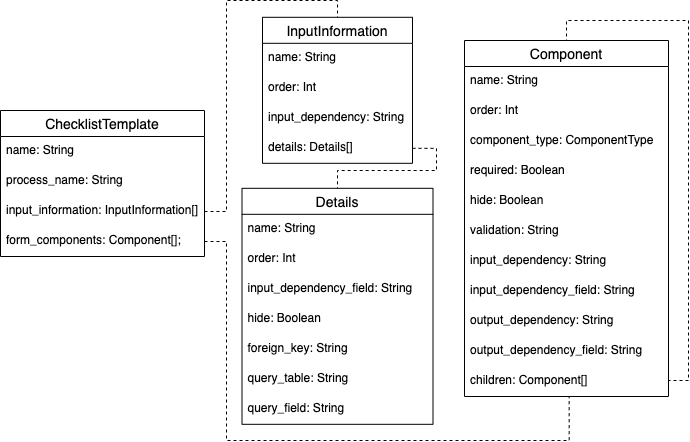
Above: overleaf/images/data_models.png in wchr-aun/resource-based-checklist-generation (draw.io), before the change. Source tidied: cells renumbered, new cells last; positions are measured from the earlier drawing's top-left corner, leaving out a move shared by most shapes.
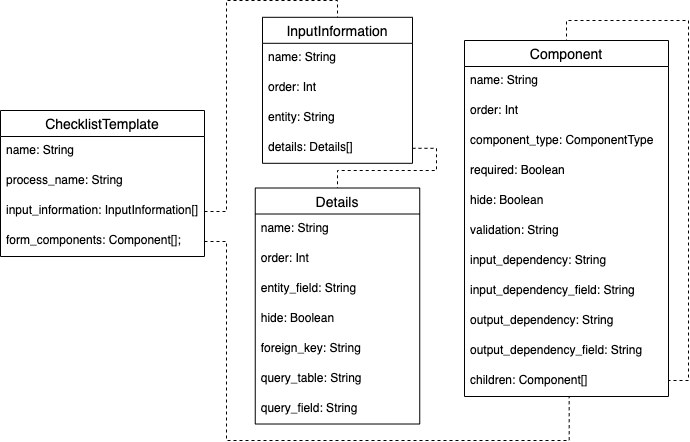
After the change.

The edit, as a diff of the source:
```diff
@@ -26,7 +26,7 @@
     <mxCell id="9" value="order: Int" style="text;spacingLeft=4;spacingRight=4;overflow=hidden;fontSize=12;rounded=0;" parent="7" vertex="1">
       <mxGeometry y="56" width="150" height="30" as="geometry" />
     </mxCell>
-    <mxCell id="10" value="input_dependency: String" style="text;spacingLeft=4;spacingRight=4;overflow=hidden;fontSize=12;rounded=0;" parent="7" vertex="1">
+    <mxCell id="10" value="entity: String" style="text;spacingLeft=4;spacingRight=4;overflow=hidden;fontSize=12;rounded=0;" parent="7" vertex="1">
       <mxGeometry y="86" width="150" height="30" as="geometry" />
     </mxCell>
     <mxCell id="11" value="details: Details[]" style="text;spacingLeft=4;spacingRight=4;overflow=hidden;points=[[0,0.5],[1,0.5]];portConstraint=eastwest;fontSize=12;rounded=0;" parent="7" vertex="1">
@@ -79,28 +79,28 @@
       <mxGeometry y="326" width="204" height="30" as="geometry" />
     </mxCell>
     <mxCell id="25" value="Details" style="swimlane;fontStyle=0;horizontal=1;startSize=26;align=center;fontSize=14;rounded=0;strokeWidth=1;" parent="1" vertex="1">
-      <mxGeometry x="241.5" y="187.8" width="191" height="236" as="geometry" />
+      <mxGeometry x="254.8" y="187.5" width="164.5" height="236" as="geometry" />
     </mxCell>
     <mxCell id="26" value="name: String" style="text;spacingLeft=4;spacingRight=4;overflow=hidden;fontSize=12;rounded=0;" parent="25" vertex="1">
-      <mxGeometry y="26" width="191" height="30" as="geometry" />
+      <mxGeometry y="26" width="164.5" height="30" as="geometry" />
     </mxCell>
     <mxCell id="27" value="order: Int" style="text;spacingLeft=4;spacingRight=4;overflow=hidden;fontSize=12;rounded=0;" parent="25" vertex="1">
-      <mxGeometry y="56" width="191" height="30" as="geometry" />
+      <mxGeometry y="56" width="164.5" height="30" as="geometry" />
     </mxCell>
-    <mxCell id="28" value="input_dependency_field: String" style="text;spacingLeft=4;spacingRight=4;overflow=hidden;fontSize=12;rounded=0;" parent="25" vertex="1">
-      <mxGeometry y="86" width="191" height="30" as="geometry" />
+    <mxCell id="28" value="entity_field: String" style="text;spacingLeft=4;spacingRight=4;overflow=hidden;fontSize=12;rounded=0;" parent="25" vertex="1">
+      <mxGeometry y="86" width="164.5" height="30" as="geometry" />
     </mxCell>
     <mxCell id="29" value="hide: Boolean" style="text;spacingLeft=4;spacingRight=4;overflow=hidden;fontSize=12;rounded=0;" parent="25" vertex="1">
-      <mxGeometry y="116" width="191" height="30" as="geometry" />
+      <mxGeometry y="116" width="164.5" height="30" as="geometry" />
     </mxCell>
     <mxCell id="30" value="foreign_key: String" style="text;spacingLeft=4;spacingRight=4;overflow=hidden;fontSize=12;rounded=0;" parent="25" vertex="1">
-      <mxGeometry y="146" width="191" height="30" as="geometry" />
+      <mxGeometry y="146" width="164.5" height="30" as="geometry" />
     </mxCell>
     <mxCell id="31" value="query_table: String" style="text;spacingLeft=4;spacingRight=4;overflow=hidden;fontSize=12;rounded=0;" parent="25" vertex="1">
-      <mxGeometry y="176" width="191" height="30" as="geometry" />
+      <mxGeometry y="176" width="164.5" height="30" as="geometry" />
     </mxCell>
     <mxCell id="32" value="query_field: String" style="text;spacingLeft=4;spacingRight=4;overflow=hidden;fontSize=12;rounded=0;" parent="25" vertex="1">
-      <mxGeometry y="206" width="191" height="30" as="geometry" />
+      <mxGeometry y="206" width="164.5" height="30" as="geometry" />
     </mxCell>
     <mxCell id="33" style="edgeStyle=orthogonalEdgeStyle;rounded=0;jettySize=auto;html=1;entryX=0.5;entryY=0;entryDx=0;entryDy=0;dashed=1;labelBackgroundColor=default;fontSize=14;fontColor=#FFFFFF;startArrow=none;startFill=0;endArrow=none;endFill=0;endSize=6;strokeWidth=1;" parent="1" edge="1" source="5" target="7">
       <mxGeometry relative="1" as="geometry">
```
